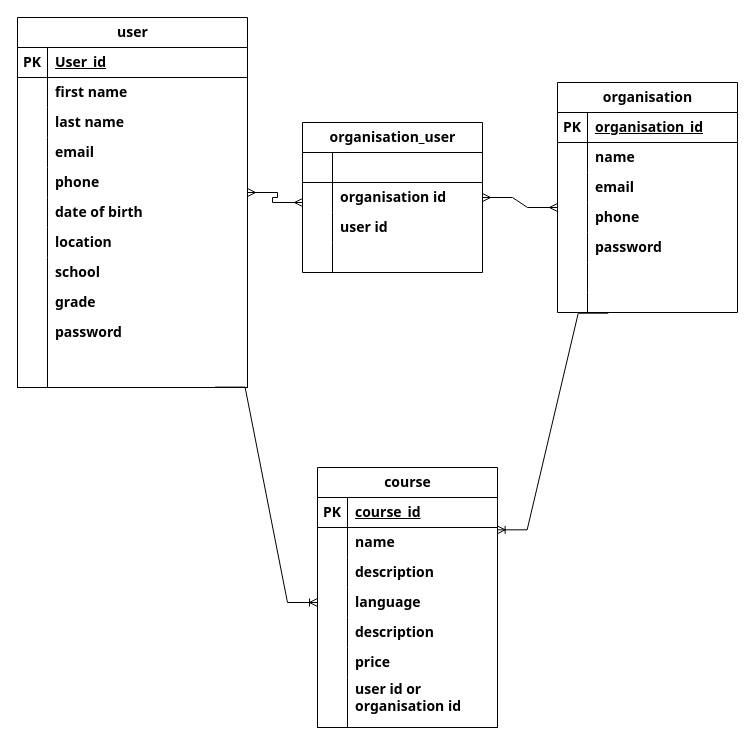
Before: XpertQudurat_Mockups_ERD/XpertQudurat_ERD.drawio in XpertBotTeam/XpertQudurat, a draw.io diagram. Source tidied: cells renumbered, new cells numbered last; positions are measured from the earlier drawing's top-left corner, leaving out a move shared by most shapes. Both pictures are drawn from the tidied source at 100%, with x=0, y=0 at pixel (12, 17).
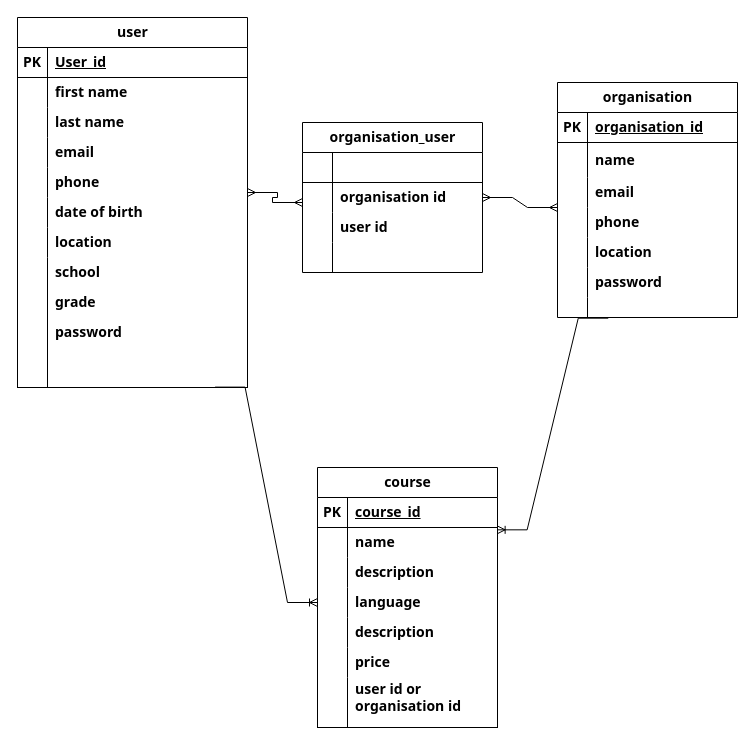
The same diagram, later.

Commit message:
Add location attribute to orginasation table

Diff of the diagram source:
```diff
@@
     <mxCell id="36" value="organisation" style="shape=table;startSize=30;childLayout=tableLayout;rowLines=0;fontStyle=1;align=center;html=1;fontFamily=Tahoma;fontSize=14;" parent="1" vertex="1">
-      <mxGeometry x="545" y="65" width="180" height="230" as="geometry" />
+      <mxGeometry x="545" y="65" width="180" height="235" as="geometry" />
     </mxCell>
@@
     <mxCell id="40" style="shape=tableRow;horizontal=0;startSize=0;swimlaneHead=0;swimlaneBody=0;fillColor=none;top=0;left=0;right=0;bottom=0;fontStyle=1;fontFamily=Tahoma;fontSize=14;" parent="36" vertex="1">
-      <mxGeometry y="60" width="180" height="30" as="geometry" />
+      <mxGeometry y="60" width="180" height="35" as="geometry" />
     </mxCell>
     <mxCell id="41" style="shape=partialRectangle;fillColor=none;top=0;left=0;bottom=0;right=0;overflow=hidden;whiteSpace=wrap;html=1;fontStyle=1;fontFamily=Tahoma;fontSize=14;" parent="40" vertex="1">
-      <mxGeometry width="30" height="30" as="geometry" />
+      <mxGeometry width="30" height="35" as="geometry" />
     </mxCell>
     <mxCell id="42" value="name" style="shape=partialRectangle;fillColor=none;top=0;left=0;bottom=0;right=0;align=left;spacingLeft=6;overflow=hidden;whiteSpace=wrap;html=1;fontStyle=1;fontFamily=Tahoma;fontSize=14;" parent="40" vertex="1">
-      <mxGeometry x="30" width="150" height="30" as="geometry" />
+      <mxGeometry x="30" width="150" height="35" as="geometry" />
     </mxCell>
     <mxCell id="43" style="shape=tableRow;horizontal=0;startSize=0;swimlaneHead=0;swimlaneBody=0;fillColor=none;top=0;left=0;right=0;bottom=0;fontStyle=1;fontFamily=Tahoma;fontSize=14;" parent="36" vertex="1">
-      <mxGeometry y="90" width="180" height="30" as="geometry" />
+      <mxGeometry y="95" width="180" height="30" as="geometry" />
     </mxCell>
@@
     <mxCell id="46" style="shape=tableRow;horizontal=0;startSize=0;swimlaneHead=0;swimlaneBody=0;fillColor=none;top=0;left=0;right=0;bottom=0;fontStyle=1;fontFamily=Tahoma;fontSize=14;" parent="36" vertex="1">
-      <mxGeometry y="120" width="180" height="30" as="geometry" />
+      <mxGeometry y="125" width="180" height="30" as="geometry" />
     </mxCell>
@@
     <mxCell id="49" style="shape=tableRow;horizontal=0;startSize=0;swimlaneHead=0;swimlaneBody=0;fillColor=none;top=0;left=0;right=0;bottom=0;fontStyle=1;fontFamily=Tahoma;fontSize=14;" parent="36" vertex="1">
-      <mxGeometry y="150" width="180" height="30" as="geometry" />
+      <mxGeometry y="155" width="180" height="30" as="geometry" />
     </mxCell>
@@
-    <mxCell id="51" value="password" style="shape=partialRectangle;fillColor=none;top=0;left=0;bottom=0;right=0;align=left;spacingLeft=6;overflow=hidden;whiteSpace=wrap;html=1;fontStyle=1;fontFamily=Tahoma;fontSize=14;" parent="49" vertex="1">
+    <mxCell id="51" value="location" style="shape=partialRectangle;fillColor=none;top=0;left=0;bottom=0;right=0;align=left;spacingLeft=6;overflow=hidden;whiteSpace=wrap;html=1;fontStyle=1;fontFamily=Tahoma;fontSize=14;" parent="49" vertex="1">
       <mxGeometry x="30" width="150" height="30" as="geometry" />
     </mxCell>
     <mxCell id="52" style="shape=tableRow;horizontal=0;startSize=0;swimlaneHead=0;swimlaneBody=0;fillColor=none;top=0;left=0;right=0;bottom=0;fontStyle=1;fontFamily=Tahoma;fontSize=14;" parent="36" vertex="1">
-      <mxGeometry y="180" width="180" height="30" as="geometry" />
+      <mxGeometry y="185" width="180" height="30" as="geometry" />
     </mxCell>
@@
-    <mxCell id="54" style="shape=partialRectangle;fillColor=none;top=0;left=0;bottom=0;right=0;align=left;spacingLeft=6;overflow=hidden;whiteSpace=wrap;html=1;fontStyle=1;fontFamily=Tahoma;fontSize=14;" parent="52" vertex="1">
+    <mxCell id="54" value="password" style="shape=partialRectangle;fillColor=none;top=0;left=0;bottom=0;right=0;align=left;spacingLeft=6;overflow=hidden;whiteSpace=wrap;html=1;fontStyle=1;fontFamily=Tahoma;fontSize=14;" parent="52" vertex="1">
       <mxGeometry x="30" width="150" height="30" as="geometry" />
     </mxCell>
     <mxCell id="55" style="shape=tableRow;horizontal=0;startSize=0;swimlaneHead=0;swimlaneBody=0;fillColor=none;points=[[0,0.5],[1,0.5]];portConstraint=eastwest;top=0;left=0;right=0;bottom=0;fontStyle=1;fontFamily=Tahoma;fontSize=14;" parent="36" vertex="1">
-      <mxGeometry y="210" width="180" height="20" as="geometry" />
+      <mxGeometry y="215" width="180" height="20" as="geometry" />
     </mxCell>
```
